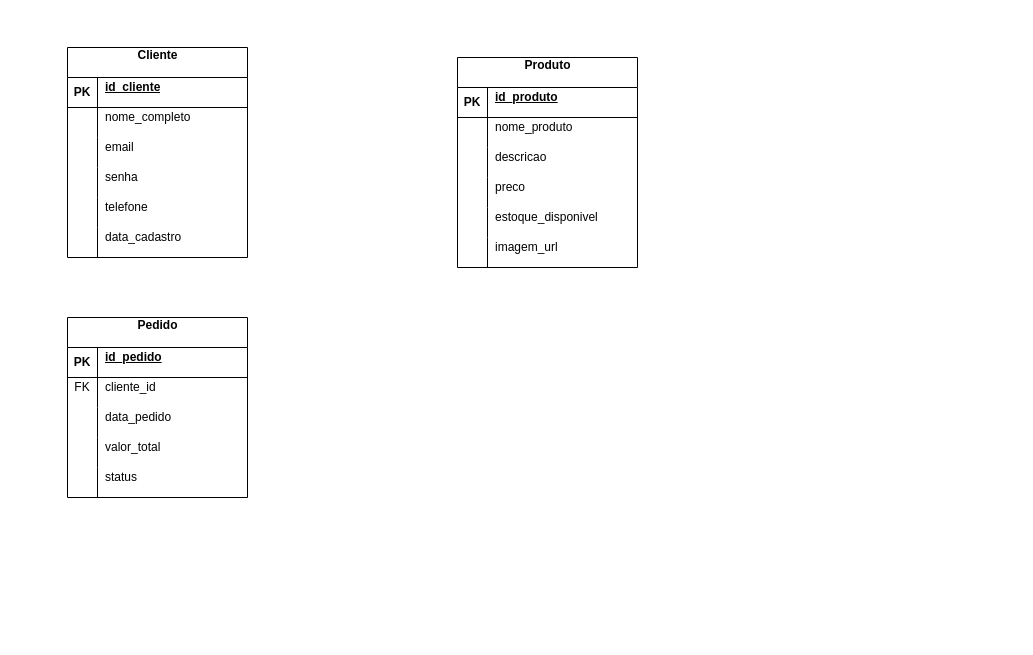
Above: page "Logica Ecommerce" (4 of 6) of Modelagem/Modelagem Ecommerce Clinica Medica.drawio in WillMeireles/PlanejamentoModelagem (draw.io), before the change. Source tidied: cells renumbered, new cells numbered last; positions are measured from the earlier drawing's top-left corner, leaving out a move shared by most shapes. Both pictures are drawn from the tidied source at 100%, with x=0, y=0 at pixel (67, 47).
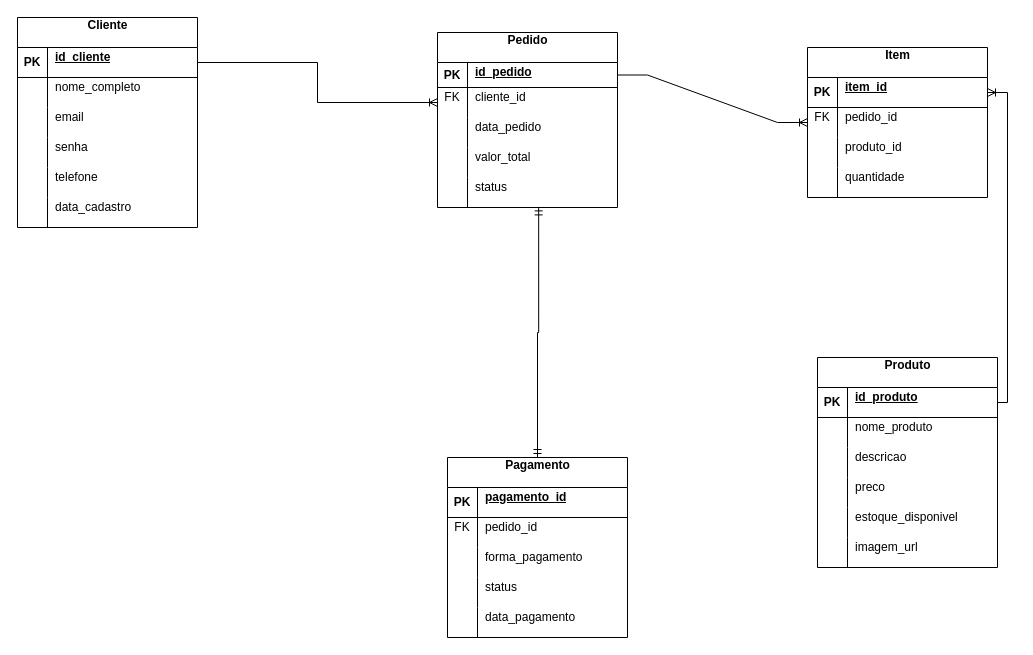
The same page after the edit.

The change refers to these unchanged cells:
```xml
<mxCell id="3" style="shape=tableRow;horizontal=0;startSize=0;swimlaneHead=0;swimlaneBody=0;fillColor=none;points=[[0,0.5],[1,0.5]];portConstraint=eastwest;top=0;left=0;right=0;bottom=1;" parent="2" vertex="1">
  <mxGeometry y="30" width="180" height="30" as="geometry" />
</mxCell>
<mxCell id="22" style="shape=tableRow;horizontal=0;startSize=0;swimlaneHead=0;swimlaneBody=0;fillColor=none;points=[[0,0.5],[1,0.5]];portConstraint=eastwest;top=0;left=0;right=0;bottom=1;" parent="21" vertex="1">
  <mxGeometry y="30" width="180" height="30" as="geometry" />
</mxCell>
```

What changed in the source:
```diff
@@
     <mxCell id="2" value="Cliente&lt;div&gt;&lt;br&gt;&lt;/div&gt;" style="shape=table;startSize=30;childLayout=tableLayout;rowLines=0;fontStyle=1;align=center;html=1;" parent="1" vertex="1">
-      <mxGeometry width="180" height="210" as="geometry" />
+      <mxGeometry x="-50" y="-30" width="180" height="210" as="geometry" />
     </mxCell>
@@
     <mxCell id="21" value="Produto&lt;div&gt;&lt;br&gt;&lt;/div&gt;" style="shape=table;startSize=30;childLayout=tableLayout;rowLines=0;fontStyle=1;align=center;html=1;" parent="1" vertex="1">
-      <mxGeometry x="390" y="10" width="180" height="210" as="geometry" />
+      <mxGeometry x="750" y="310" width="180" height="210" as="geometry" />
     </mxCell>
@@
     <mxCell id="40" value="Pedido&lt;div&gt;&lt;br&gt;&lt;/div&gt;" style="shape=table;startSize=30;childLayout=tableLayout;rowLines=0;fontStyle=1;align=center;html=1;" parent="1" vertex="1">
-      <mxGeometry y="270" width="180" height="180" as="geometry" />
+      <mxGeometry x="370" y="-15" width="180" height="175" as="geometry" />
     </mxCell>
     <mxCell id="41" style="shape=tableRow;horizontal=0;startSize=0;swimlaneHead=0;swimlaneBody=0;fillColor=none;points=[[0,0.5],[1,0.5]];portConstraint=eastwest;top=0;left=0;right=0;bottom=1;" parent="40" vertex="1">
-      <mxGeometry y="30" width="180" height="30" as="geometry" />
+      <mxGeometry y="30" width="180" height="25" as="geometry" />
     </mxCell>
     <mxCell id="42" value="PK" style="shape=partialRectangle;fillColor=none;top=0;left=0;bottom=0;right=0;fontStyle=1;overflow=hidden;whiteSpace=wrap;html=1;" parent="41" vertex="1">
-      <mxGeometry width="30" height="30" as="geometry" />
+      <mxGeometry width="30" height="25" as="geometry" />
     </mxCell>
     <mxCell id="43" value="id_pedido&lt;div&gt;&lt;br&gt;&lt;/div&gt;" style="shape=partialRectangle;fillColor=none;top=0;left=0;bottom=0;right=0;align=left;spacingLeft=6;fontStyle=5;overflow=hidden;whiteSpace=wrap;html=1;" parent="41" vertex="1">
-      <mxGeometry x="30" width="150" height="30" as="geometry" />
+      <mxGeometry x="30" width="150" height="25" as="geometry" />
     </mxCell>
     <mxCell id="44" style="shape=tableRow;horizontal=0;startSize=0;swimlaneHead=0;swimlaneBody=0;fillColor=none;points=[[0,0.5],[1,0.5]];portConstraint=eastwest;top=0;left=0;right=0;bottom=0;" parent="40" vertex="1">
-      <mxGeometry y="60" width="180" height="30" as="geometry" />
+      <mxGeometry y="55" width="180" height="30" as="geometry" />
     </mxCell>
@@
     <mxCell id="47" style="shape=tableRow;horizontal=0;startSize=0;swimlaneHead=0;swimlaneBody=0;fillColor=none;top=0;left=0;right=0;bottom=0;" parent="40" vertex="1">
-      <mxGeometry y="90" width="180" height="30" as="geometry" />
+      <mxGeometry y="85" width="180" height="30" as="geometry" />
     </mxCell>
@@
     <mxCell id="50" style="shape=tableRow;horizontal=0;startSize=0;swimlaneHead=0;swimlaneBody=0;fillColor=none;top=0;left=0;right=0;bottom=0;" parent="40" vertex="1">
-      <mxGeometry y="120" width="180" height="30" as="geometry" />
+      <mxGeometry y="115" width="180" height="30" as="geometry" />
     </mxCell>
@@
     <mxCell id="53" style="shape=tableRow;horizontal=0;startSize=0;swimlaneHead=0;swimlaneBody=0;fillColor=none;points=[[0,0.5],[1,0.5]];portConstraint=eastwest;top=0;left=0;right=0;bottom=0;" parent="40" vertex="1">
-      <mxGeometry y="150" width="180" height="30" as="geometry" />
+      <mxGeometry y="145" width="180" height="30" as="geometry" />
     </mxCell>
@@
+    <mxCell id="56" value="Item&lt;div&gt;&lt;br&gt;&lt;/div&gt;" style="shape=table;startSize=30;childLayout=tableLayout;rowLines=0;fontStyle=1;align=center;html=1;" parent="1" vertex="1">
+      <mxGeometry x="740" width="180" height="150" as="geometry" />
+    </mxCell>
+    <mxCell id="57" style="shape=tableRow;horizontal=0;startSize=0;swimlaneHead=0;swimlaneBody=0;fillColor=none;points=[[0,0.5],[1,0.5]];portConstraint=eastwest;top=0;left=0;right=0;bottom=1;" parent="56" vertex="1">
+      <mxGeometry y="30" width="180" height="30" as="geometry" />
+    </mxCell>
+    <mxCell id="58" value="PK" style="shape=partialRectangle;fillColor=none;top=0;left=0;bottom=0;right=0;fontStyle=1;overflow=hidden;whiteSpace=wrap;html=1;" parent="57" vertex="1">
+      <mxGeometry width="30" height="30" as="geometry" />
+    </mxCell>
+    <mxCell id="59" value="&lt;div&gt;item_id&lt;/div&gt;&lt;div&gt;&lt;br&gt;&lt;/div&gt;" style="shape=partialRectangle;fillColor=none;top=0;left=0;bottom=0;right=0;align=left;spacingLeft=6;fontStyle=5;overflow=hidden;whiteSpace=wrap;html=1;" parent="57" vertex="1">
+      <mxGeometry x="30" width="150" height="30" as="geometry" />
+    </mxCell>
+    <mxCell id="60" style="shape=tableRow;horizontal=0;startSize=0;swimlaneHead=0;swimlaneBody=0;fillColor=none;points=[[0,0.5],[1,0.5]];portConstraint=eastwest;top=0;left=0;right=0;bottom=0;" parent="56" vertex="1">
+      <mxGeometry y="60" width="180" height="30" as="geometry" />
+    </mxCell>
+    <mxCell id="61" value="FK&lt;div&gt;&lt;br&gt;&lt;/div&gt;" style="shape=partialRectangle;fillColor=none;top=0;left=0;bottom=0;right=0;overflow=hidden;whiteSpace=wrap;html=1;" parent="60" vertex="1">
+      <mxGeometry width="30" height="30" as="geometry" />
+    </mxCell>
+    <mxCell id="62" value="pedido_id&lt;div&gt;&lt;br&gt;&lt;/div&gt;" style="shape=partialRectangle;fillColor=none;top=0;left=0;bottom=0;right=0;align=left;spacingLeft=6;overflow=hidden;whiteSpace=wrap;html=1;" parent="60" vertex="1">
+      <mxGeometry x="30" width="150" height="30" as="geometry" />
+    </mxCell>
+    <mxCell id="63" style="shape=tableRow;horizontal=0;startSize=0;swimlaneHead=0;swimlaneBody=0;fillColor=none;top=0;left=0;right=0;bottom=0;" parent="56" vertex="1">
+      <mxGeometry y="90" width="180" height="30" as="geometry" />
+    </mxCell>
+    <mxCell id="64" style="shape=partialRectangle;fillColor=none;top=0;left=0;bottom=0;right=0;overflow=hidden;whiteSpace=wrap;html=1;" parent="63" vertex="1">
+      <mxGeometry width="30" height="30" as="geometry" />
+    </mxCell>
+    <mxCell id="65" value="&lt;div&gt;produto_id&lt;/div&gt;&lt;div&gt;&lt;br&gt;&lt;/div&gt;" style="shape=partialRectangle;fillColor=none;top=0;left=0;bottom=0;right=0;align=left;spacingLeft=6;overflow=hidden;whiteSpace=wrap;html=1;" parent="63" vertex="1">
+      <mxGeometry x="30" width="150" height="30" as="geometry" />
+    </mxCell>
+    <mxCell id="66" style="shape=tableRow;horizontal=0;startSize=0;swimlaneHead=0;swimlaneBody=0;fillColor=none;top=0;left=0;right=0;bottom=0;" parent="56" vertex="1">
+      <mxGeometry y="120" width="180" height="30" as="geometry" />
+    </mxCell>
+    <mxCell id="67" style="shape=partialRectangle;fillColor=none;top=0;left=0;bottom=0;right=0;overflow=hidden;whiteSpace=wrap;html=1;" parent="66" vertex="1">
+      <mxGeometry width="30" height="30" as="geometry" />
+    </mxCell>
+    <mxCell id="68" value="&lt;div&gt;quantidade&lt;/div&gt;&lt;div&gt;&lt;br&gt;&lt;/div&gt;" style="shape=partialRectangle;fillColor=none;top=0;left=0;bottom=0;right=0;align=left;spacingLeft=6;overflow=hidden;whiteSpace=wrap;html=1;" parent="66" vertex="1">
+      <mxGeometry x="30" width="150" height="30" as="geometry" />
+    </mxCell>
+    <mxCell id="69" value="Pagamento&lt;div&gt;&lt;br&gt;&lt;/div&gt;" style="shape=table;startSize=30;childLayout=tableLayout;rowLines=0;fontStyle=1;align=center;html=1;" parent="1" vertex="1">
+      <mxGeometry x="380" y="410" width="180" height="180" as="geometry" />
+    </mxCell>
+    <mxCell id="70" style="shape=tableRow;horizontal=0;startSize=0;swimlaneHead=0;swimlaneBody=0;fillColor=none;top=0;left=0;right=0;bottom=1;" parent="69" vertex="1">
+      <mxGeometry y="30" width="180" height="30" as="geometry" />
+    </mxCell>
+    <mxCell id="71" value="PK" style="shape=partialRectangle;fillColor=none;top=0;left=0;bottom=0;right=0;fontStyle=1;overflow=hidden;whiteSpace=wrap;html=1;" parent="70" vertex="1">
+      <mxGeometry width="30" height="30" as="geometry" />
+    </mxCell>
+    <mxCell id="72" value="pagamento_id&lt;div&gt;&lt;br&gt;&lt;/div&gt;" style="shape=partialRectangle;fillColor=none;top=0;left=0;bottom=0;right=0;align=left;spacingLeft=6;fontStyle=5;overflow=hidden;whiteSpace=wrap;html=1;" parent="70" vertex="1">
+      <mxGeometry x="30" width="150" height="30" as="geometry" />
+    </mxCell>
+    <mxCell id="73" style="shape=tableRow;horizontal=0;startSize=0;swimlaneHead=0;swimlaneBody=0;fillColor=none;top=0;left=0;right=0;bottom=0;" parent="69" vertex="1">
+      <mxGeometry y="60" width="180" height="30" as="geometry" />
+    </mxCell>
+    <mxCell id="74" value="FK&lt;div&gt;&lt;br&gt;&lt;/div&gt;" style="shape=partialRectangle;fillColor=none;top=0;left=0;bottom=0;right=0;overflow=hidden;whiteSpace=wrap;html=1;" parent="73" vertex="1">
+      <mxGeometry width="30" height="30" as="geometry" />
+    </mxCell>
+    <mxCell id="75" value="pedido_id&lt;div&gt;&lt;br&gt;&lt;/div&gt;" style="shape=partialRectangle;fillColor=none;top=0;left=0;bottom=0;right=0;align=left;spacingLeft=6;overflow=hidden;whiteSpace=wrap;html=1;" parent="73" vertex="1">
+      <mxGeometry x="30" width="150" height="30" as="geometry" />
+    </mxCell>
+    <mxCell id="76" style="shape=tableRow;horizontal=0;startSize=0;swimlaneHead=0;swimlaneBody=0;fillColor=none;top=0;left=0;right=0;bottom=0;" parent="69" vertex="1">
+      <mxGeometry y="90" width="180" height="30" as="geometry" />
+    </mxCell>
+    <mxCell id="77" style="shape=partialRectangle;fillColor=none;top=0;left=0;bottom=0;right=0;overflow=hidden;whiteSpace=wrap;html=1;" parent="76" vertex="1">
+      <mxGeometry width="30" height="30" as="geometry" />
+    </mxCell>
+    <mxCell id="78" value="forma_pagamento&lt;div&gt;&lt;br&gt;&lt;/div&gt;" style="shape=partialRectangle;fillColor=none;top=0;left=0;bottom=0;right=0;align=left;spacingLeft=6;overflow=hidden;whiteSpace=wrap;html=1;" parent="76" vertex="1">
+      <mxGeometry x="30" width="150" height="30" as="geometry" />
+    </mxCell>
+    <mxCell id="79" style="shape=tableRow;horizontal=0;startSize=0;swimlaneHead=0;swimlaneBody=0;fillColor=none;top=0;left=0;right=0;bottom=0;" parent="69" vertex="1">
+      <mxGeometry y="120" width="180" height="30" as="geometry" />
+    </mxCell>
+    <mxCell id="80" style="shape=partialRectangle;fillColor=none;top=0;left=0;bottom=0;right=0;overflow=hidden;whiteSpace=wrap;html=1;" parent="79" vertex="1">
+      <mxGeometry width="30" height="30" as="geometry" />
+    </mxCell>
+    <mxCell id="81" value="status&lt;div&gt;&lt;br&gt;&lt;/div&gt;" style="shape=partialRectangle;fillColor=none;top=0;left=0;bottom=0;right=0;align=left;spacingLeft=6;overflow=hidden;whiteSpace=wrap;html=1;" parent="79" vertex="1">
+      <mxGeometry x="30" width="150" height="30" as="geometry" />
+    </mxCell>
+    <mxCell id="82" style="shape=tableRow;horizontal=0;startSize=0;swimlaneHead=0;swimlaneBody=0;fillColor=none;top=0;left=0;right=0;bottom=0;" parent="69" vertex="1">
+      <mxGeometry y="150" width="180" height="30" as="geometry" />
+    </mxCell>
+    <mxCell id="83" style="shape=partialRectangle;fillColor=none;top=0;left=0;bottom=0;right=0;overflow=hidden;whiteSpace=wrap;html=1;" parent="82" vertex="1">
+      <mxGeometry width="30" height="30" as="geometry" />
+    </mxCell>
+    <mxCell id="84" value="&lt;div&gt;data_pagamento&lt;/div&gt;&lt;div&gt;&lt;br&gt;&lt;/div&gt;" style="shape=partialRectangle;fillColor=none;top=0;left=0;bottom=0;right=0;align=left;spacingLeft=6;overflow=hidden;whiteSpace=wrap;html=1;" parent="82" vertex="1">
+      <mxGeometry x="30" width="150" height="30" as="geometry" />
+    </mxCell>
+    <mxCell id="85" style="edgeStyle=orthogonalEdgeStyle;fontSize=12;html=1;endArrow=ERoneToMany;rounded=0;entryX=0;entryY=0.5;entryDx=0;entryDy=0;exitX=1;exitY=0.5;exitDx=0;exitDy=0;" parent="1" edge="1" source="3" target="44">
+      <mxGeometry relative="1" as="geometry" />
+    </mxCell>
+    <mxCell id="86" style="edgeStyle=entityRelationEdgeStyle;fontSize=12;html=1;endArrow=ERoneToMany;rounded=0;entryX=0;entryY=0.5;entryDx=0;entryDy=0;exitX=1;exitY=0.5;exitDx=0;exitDy=0;" parent="1" edge="1" source="41" target="60">
+      <mxGeometry relative="1" as="geometry" />
+    </mxCell>
+    <mxCell id="87" style="edgeStyle=orthogonalEdgeStyle;fontSize=12;html=1;endArrow=ERmandOne;startArrow=ERmandOne;rounded=0;exitX=0.5;exitY=0;exitDx=0;exitDy=0;entryX=0.562;entryY=0.98;entryDx=0;entryDy=0;entryPerimeter=0;" parent="1" edge="1" source="69" target="53">
+      <mxGeometry relative="1" as="geometry" />
+    </mxCell>
+    <mxCell id="88" style="edgeStyle=orthogonalEdgeStyle;fontSize=12;html=1;endArrow=ERoneToMany;rounded=0;exitX=1;exitY=0.5;exitDx=0;exitDy=0;entryX=1;entryY=0.5;entryDx=0;entryDy=0;" parent="1" edge="1" source="22" target="57">
+      <mxGeometry relative="1" as="geometry" />
+    </mxCell>
```
